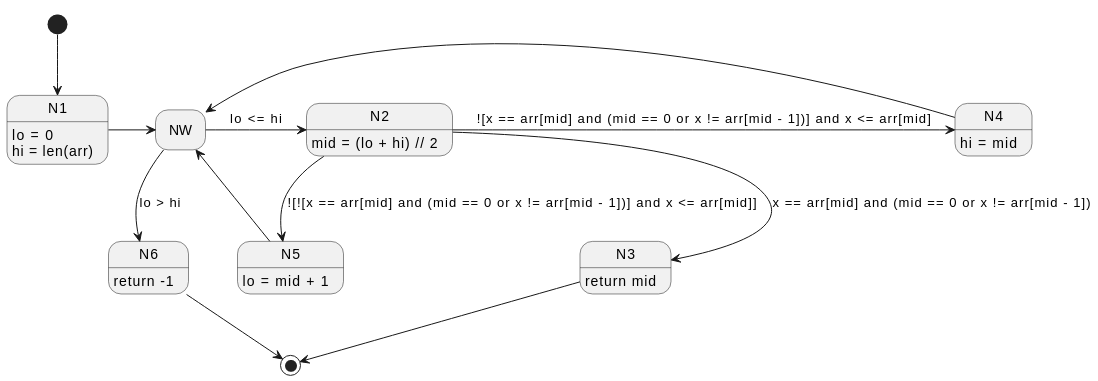
Before: graph.png, a diagram exported from PlantUML (mohammadrezaabdi/SE_Prj_PH3_Part2). Its source is kept beside it as graph.plantuml. Its diagram source:
```plantuml
@startuml SESE_Graph
hide empty description
State N1
State N2
State N3
State N4
State N5
State N6
State NW

N1 : lo = 0
N1 : hi = len(arr)
N2 : mid = (lo + hi) // 2
N3 : return mid
N4 : hi = mid
N5 : lo = mid + 1
N6 : return -1

[*] --> N1
N1 -> NW
NW -> N2: lo <= hi
NW --> N6: lo > hi
N4 -> NW
N5 -> NW
N2 --> N3 : x == arr[mid] and (mid == 0 or x != arr[mid - 1])
N2 -> N4 : ![x == arr[mid] and (mid == 0 or x != arr[mid - 1])] and x <= arr[mid]
N2 --> N5 : ![![x == arr[mid] and (mid == 0 or x != arr[mid - 1])] and x <= arr[mid]]
N3 --> [*]
N6 --> [*]


@enduml
```
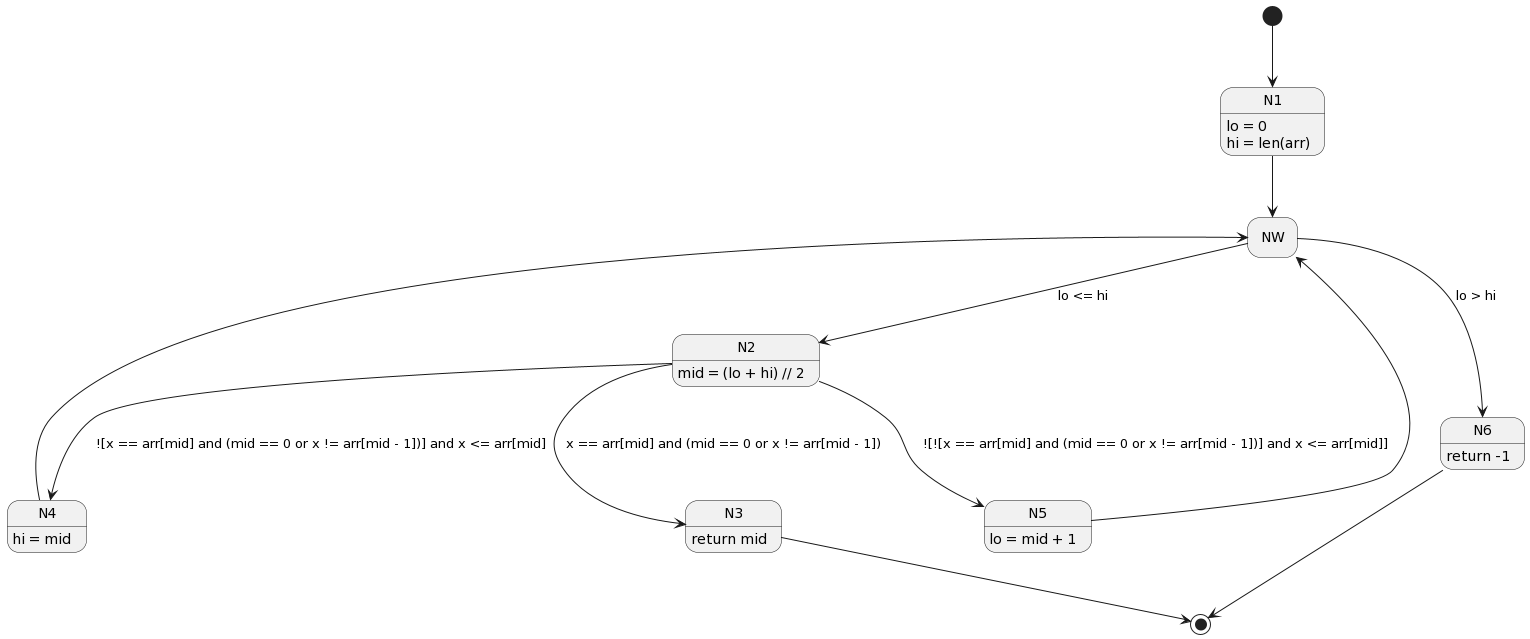
After the change.

Diff of the diagram source:
```diff
@@ -17,14 +17,14 @@
 N6 : return -1
 
 [*] --> N1
-N1 -> NW
-NW -> N2: lo <= hi
+N1 --> NW
+NW --> N2: lo <= hi
 NW --> N6: lo > hi
-N4 -> NW
-N5 -> NW
 N2 --> N3 : x == arr[mid] and (mid == 0 or x != arr[mid - 1])
-N2 -> N4 : ![x == arr[mid] and (mid == 0 or x != arr[mid - 1])] and x <= arr[mid]
+N2 --> N4 : ![x == arr[mid] and (mid == 0 or x != arr[mid - 1])] and x <= arr[mid]
 N2 --> N5 : ![![x == arr[mid] and (mid == 0 or x != arr[mid - 1])] and x <= arr[mid]]
+N4 --> NW
+N5 --> NW
 N3 --> [*]
 N6 --> [*]
 
```
